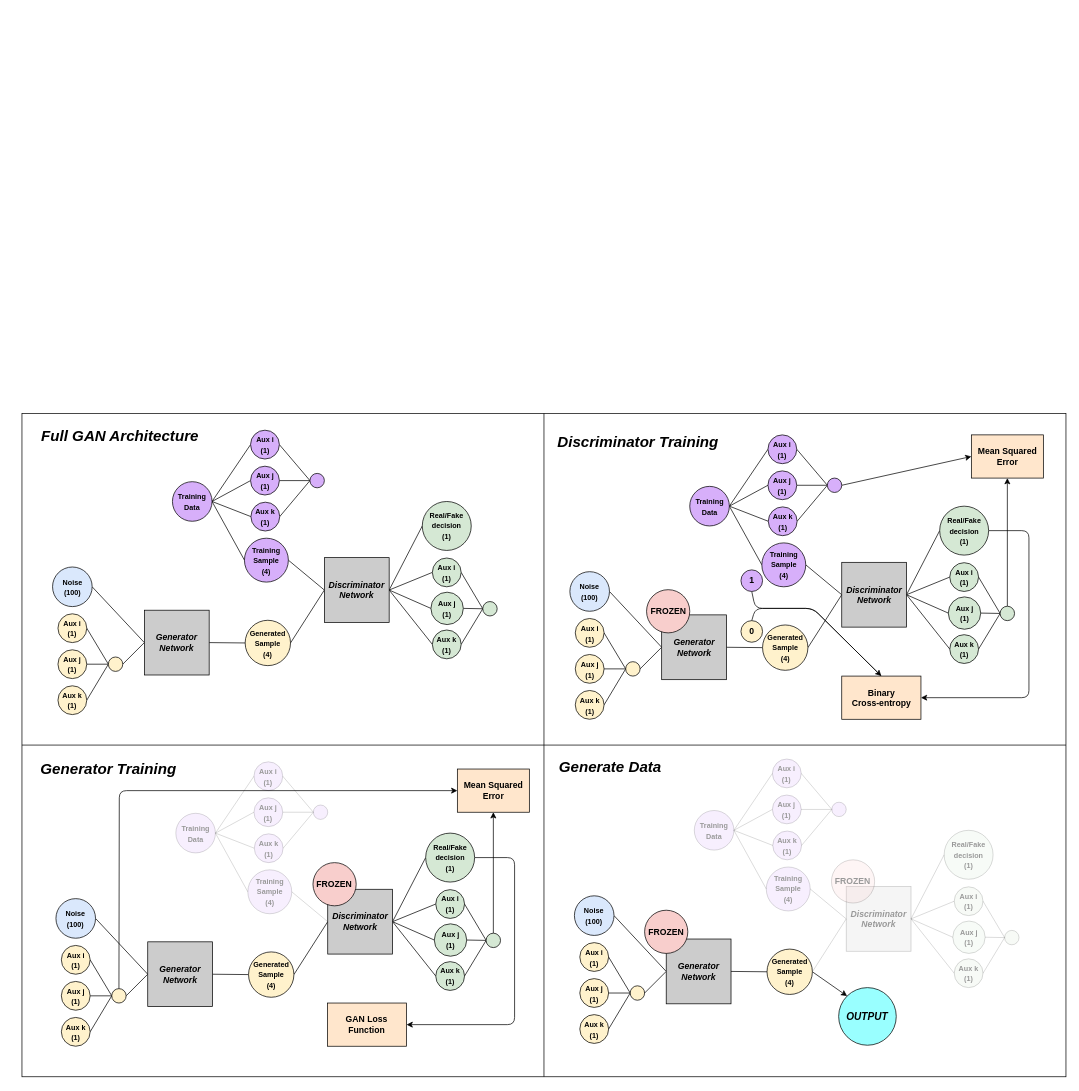
This is Auxiliary_GAN2.drawio from alexmarshallbristol/Generative_Networks, a draw.io file, before an edit. Source tidied: cells renumbered, new cells numbered last; positions are measured from the earlier drawing's top-left corner, leaving out a move shared by most shapes. Both pictures are drawn from the tidied source at 72%, with x=0, y=0 at pixel (22, 413).
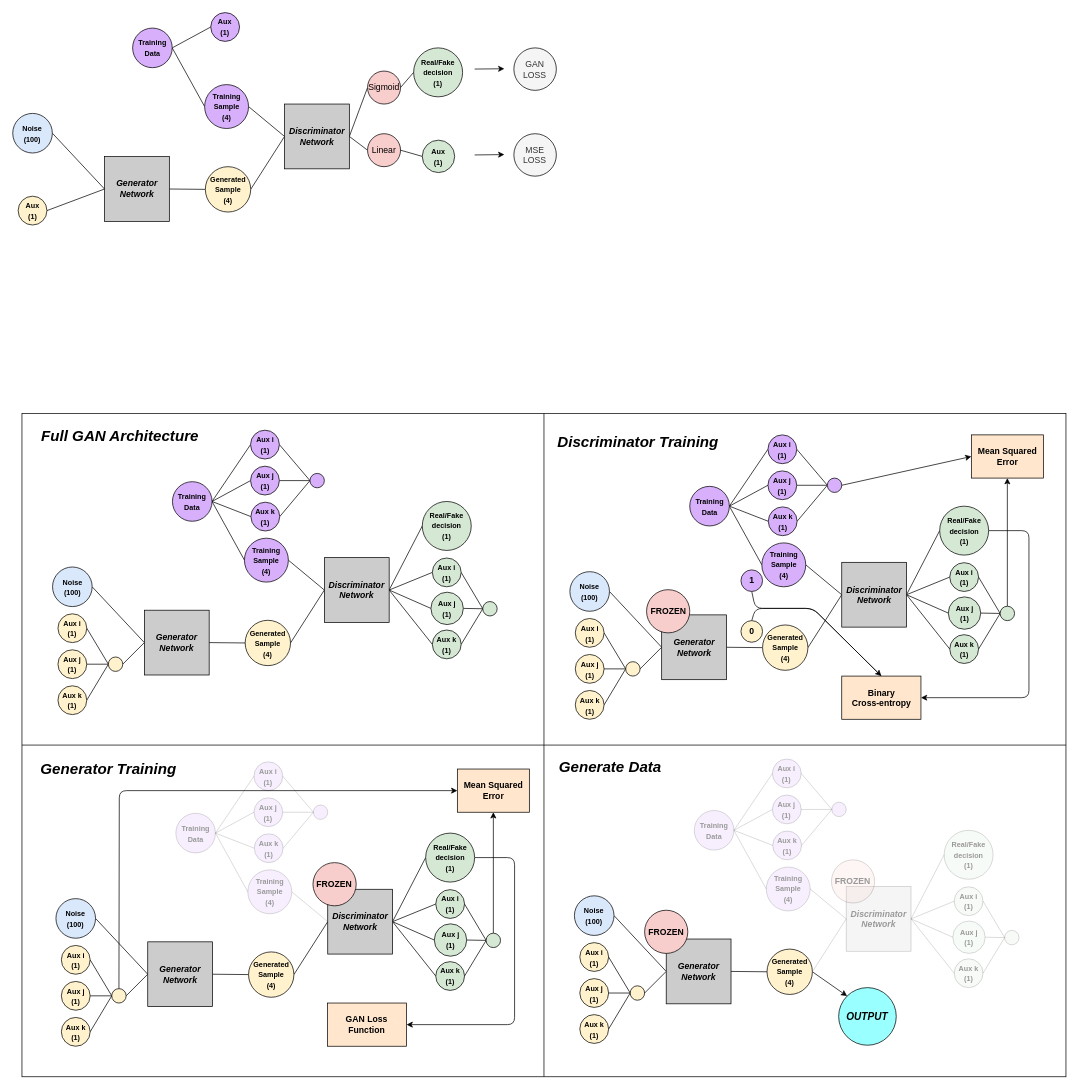
The same page after the edit.

Change to the diagram source:
```diff
@@
+    <mxCell id="193" style="endArrow=none;html=1;entryX=1;entryY=0.5;entryDx=0;entryDy=0;exitX=0;exitY=0.5;exitDx=0;exitDy=0;fontStyle=1;shadow=0;labelBackgroundColor=none;labelBorderColor=none;fontFamily=Helvetica;" parent="1" edge="1" source="202" target="204">
+      <mxGeometry relative="1" as="geometry" />
+    </mxCell>
+    <mxCell id="194" style="endArrow=none;html=1;entryX=0;entryY=0.5;entryDx=0;entryDy=0;exitX=1;exitY=0.5;exitDx=0;exitDy=0;fontStyle=1;shadow=0;labelBackgroundColor=none;labelBorderColor=none;fontFamily=Helvetica;" parent="1" edge="1" source="210" target="202">
+      <mxGeometry relative="1" as="geometry" />
+    </mxCell>
+    <mxCell id="195" style="endArrow=none;html=1;entryX=1;entryY=0.5;entryDx=0;entryDy=0;exitX=0;exitY=0.5;exitDx=0;exitDy=0;fontStyle=1;shadow=0;labelBackgroundColor=none;labelBorderColor=none;fontFamily=Helvetica;" parent="1" edge="1" source="205" target="202">
+      <mxGeometry relative="1" as="geometry" />
+    </mxCell>
+    <mxCell id="196" style="endArrow=none;html=1;entryX=1;entryY=0.5;entryDx=0;entryDy=0;exitX=0;exitY=0.5;exitDx=0;exitDy=0;fontStyle=1;shadow=0;labelBackgroundColor=none;labelBorderColor=none;fontFamily=Helvetica;" parent="1" edge="1" source="203" target="206">
+      <mxGeometry relative="1" as="geometry" />
+    </mxCell>
+    <mxCell id="197" style="endArrow=none;html=1;exitX=0;exitY=0.5;exitDx=0;exitDy=0;entryX=1;entryY=0.5;entryDx=0;entryDy=0;fontStyle=1;shadow=0;labelBackgroundColor=none;labelBorderColor=none;fontFamily=Helvetica;" parent="1" edge="1" source="203" target="205">
+      <mxGeometry relative="1" as="geometry" />
+    </mxCell>
+    <mxCell id="198" style="endArrow=none;html=1;entryX=1;entryY=0.5;entryDx=0;entryDy=0;exitX=0;exitY=0.5;exitDx=0;exitDy=0;fontStyle=1;shadow=0;labelBackgroundColor=none;labelBorderColor=none;fontFamily=Helvetica;" parent="1" edge="1" source="214" target="203">
+      <mxGeometry relative="1" as="geometry" />
+    </mxCell>
+    <mxCell id="199" style="endArrow=none;html=1;exitX=0;exitY=0.5;exitDx=0;exitDy=0;entryX=1;entryY=0.5;entryDx=0;entryDy=0;fontStyle=1;shadow=0;labelBackgroundColor=none;labelBorderColor=none;fontFamily=Helvetica;" parent="1" edge="1" source="212" target="203">
+      <mxGeometry relative="1" as="geometry" />
+    </mxCell>
+    <mxCell id="200" style="endArrow=none;html=1;exitX=1;exitY=0.5;exitDx=0;exitDy=0;entryX=0;entryY=0.5;entryDx=0;entryDy=0;fontStyle=1;shadow=0;labelBackgroundColor=none;labelBorderColor=none;fontFamily=Helvetica;" parent="1" edge="1" source="209" target="206">
+      <mxGeometry relative="1" as="geometry" />
+    </mxCell>
+    <mxCell id="201" style="endArrow=none;html=1;exitX=0;exitY=0.5;exitDx=0;exitDy=0;entryX=1;entryY=0.5;entryDx=0;entryDy=0;fontStyle=1;shadow=0;labelBackgroundColor=none;labelBorderColor=none;fontFamily=Helvetica;" parent="1" edge="1" source="207" target="209">
+      <mxGeometry relative="1" as="geometry" />
+    </mxCell>
+    <mxCell id="202" value="&lt;i&gt;&lt;span&gt;Generator&lt;br&gt;Network&lt;/span&gt;&lt;br&gt;&lt;/i&gt;" style="whiteSpace=wrap;html=1;fillColor=#CCCCCC;strokeColor=#000000;fontStyle=1;shadow=0;labelBackgroundColor=none;labelBorderColor=none;fontFamily=Helvetica;" parent="1" vertex="1">
+      <mxGeometry x="114.7" y="-357" width="90" height="90" as="geometry" />
+    </mxCell>
+    <mxCell id="203" value="&lt;i&gt;&lt;span&gt;Discriminator&lt;br&gt;Network&lt;/span&gt;&lt;br&gt;&lt;/i&gt;" style="whiteSpace=wrap;html=1;fillColor=#CCCCCC;strokeColor=#000000;fontStyle=1;shadow=0;labelBackgroundColor=none;labelBorderColor=none;fontFamily=Helvetica;" parent="1" vertex="1">
+      <mxGeometry x="364.7" y="-430" width="90" height="90" as="geometry" />
+    </mxCell>
+    <mxCell id="204" value="&lt;font style=&quot;font-size: 10px&quot;&gt;Aux&lt;br&gt;(1)&lt;br&gt;&lt;/font&gt;" style="ellipse;whiteSpace=wrap;html=1;fillColor=#fff2cc;strokeColor=#000000;fontStyle=1;shadow=0;labelBackgroundColor=none;labelBorderColor=none;fontFamily=Helvetica;" parent="1" vertex="1">
+      <mxGeometry x="-5.3" y="-302" width="40" height="40" as="geometry" />
+    </mxCell>
+    <mxCell id="205" value="&lt;span style=&quot;font-size: 10px&quot;&gt;Generated Sample&lt;br&gt;(4)&lt;br&gt;&lt;/span&gt;" style="ellipse;whiteSpace=wrap;html=1;fillColor=#fff2cc;strokeColor=#000000;fontStyle=1;shadow=0;labelBackgroundColor=none;labelBorderColor=none;fontFamily=Helvetica;" parent="1" vertex="1">
+      <mxGeometry x="254.7" y="-343" width="63" height="63" as="geometry" />
+    </mxCell>
+    <mxCell id="206" value="&lt;span style=&quot;font-size: 10px&quot;&gt;Training Sample&lt;br&gt;(4)&lt;br&gt;&lt;/span&gt;" style="ellipse;whiteSpace=wrap;html=1;fillColor=#D7AFFA;strokeColor=#000000;fontStyle=1;shadow=0;labelBackgroundColor=none;labelBorderColor=none;fontFamily=Helvetica;" parent="1" vertex="1">
+      <mxGeometry x="253.7" y="-457" width="61" height="61" as="geometry" />
+    </mxCell>
+    <mxCell id="207" value="&lt;font style=&quot;font-size: 10px&quot;&gt;Aux&lt;br&gt;(1)&lt;br&gt;&lt;/font&gt;" style="ellipse;whiteSpace=wrap;html=1;fillColor=#D7AFFA;strokeColor=#000000;fontStyle=1;shadow=0;labelBackgroundColor=none;labelBorderColor=none;fontFamily=Helvetica;" parent="1" vertex="1">
+      <mxGeometry x="262.2" y="-557" width="40" height="40" as="geometry" />
+    </mxCell>
+    <mxCell id="208" value="&lt;font style=&quot;font-size: 10px&quot;&gt;Aux&lt;br&gt;(1)&lt;br&gt;&lt;/font&gt;" style="ellipse;whiteSpace=wrap;html=1;fillColor=#d5e8d4;strokeColor=#000000;fontStyle=1;shadow=0;labelBackgroundColor=none;labelBorderColor=none;fontFamily=Helvetica;" parent="1" vertex="1">
+      <mxGeometry x="556" y="-379.8" width="45" height="45" as="geometry" />
+    </mxCell>
+    <mxCell id="209" value="&lt;span style=&quot;font-size: 10px&quot;&gt;Training Data&lt;br&gt;&lt;/span&gt;" style="ellipse;whiteSpace=wrap;html=1;fillColor=#D7AFFA;strokeColor=#000000;fontStyle=1;shadow=0;labelBackgroundColor=none;labelBorderColor=none;fontFamily=Helvetica;" parent="1" vertex="1">
+      <mxGeometry x="153.7" y="-535.5" width="55" height="55" as="geometry" />
+    </mxCell>
+    <mxCell id="210" value="&lt;span style=&quot;font-size: 10px&quot;&gt;Noise&lt;br&gt;(100)&lt;br&gt;&lt;/span&gt;" style="ellipse;whiteSpace=wrap;html=1;fillColor=#dae8fc;strokeColor=#000000;fontStyle=1;shadow=0;labelBackgroundColor=none;labelBorderColor=none;fontFamily=Helvetica;" parent="1" vertex="1">
+      <mxGeometry x="-12.8" y="-417" width="55" height="55" as="geometry" />
+    </mxCell>
+    <mxCell id="211" value="&lt;font style=&quot;font-size: 10px&quot;&gt;Real/Fake&lt;br&gt;decision&lt;br&gt;(1)&lt;br&gt;&lt;/font&gt;" style="ellipse;whiteSpace=wrap;html=1;fillColor=#d5e8d4;strokeColor=#000000;fontStyle=1;shadow=0;labelBackgroundColor=none;labelBorderColor=none;fontFamily=Helvetica;" parent="1" vertex="1">
+      <mxGeometry x="544" y="-508" width="68" height="68" as="geometry" />
+    </mxCell>
+    <mxCell id="212" value="Linear" style="ellipse;whiteSpace=wrap;html=1;fillColor=#f8cecc;strokeColor=#000000;" parent="1" vertex="1">
+      <mxGeometry x="480" y="-388.8" width="45.8" height="45.8" as="geometry" />
+    </mxCell>
+    <mxCell id="213" style="endArrow=none;html=1;exitX=0;exitY=0.5;exitDx=0;exitDy=0;entryX=1;entryY=0.5;entryDx=0;entryDy=0;fontStyle=1;shadow=0;labelBackgroundColor=none;labelBorderColor=none;fontFamily=Helvetica;" parent="1" edge="1" source="208" target="212">
+      <mxGeometry relative="1" as="geometry" />
+    </mxCell>
+    <mxCell id="214" value="Sigmoid" style="ellipse;whiteSpace=wrap;html=1;fillColor=#f8cecc;strokeColor=#000000;" parent="1" vertex="1">
+      <mxGeometry x="480" y="-475.8" width="45.8" height="45.8" as="geometry" />
+    </mxCell>
+    <mxCell id="215" style="endArrow=none;html=1;entryX=1;entryY=0.5;entryDx=0;entryDy=0;exitX=0;exitY=0.5;exitDx=0;exitDy=0;fontStyle=1;shadow=0;labelBackgroundColor=none;labelBorderColor=none;fontFamily=Helvetica;" parent="1" edge="1" source="211" target="214">
+      <mxGeometry relative="1" as="geometry" />
+    </mxCell>
+    <mxCell id="216" style="endArrow=classic;html=1;" parent="1" edge="1">
+      <mxGeometry relative="1" as="geometry">
+        <mxPoint x="628.7" y="-478.6" as="sourcePoint" />
+        <mxPoint x="670" y="-479" as="targetPoint" />
+      </mxGeometry>
+    </mxCell>
+    <mxCell id="217" value="GAN&lt;br&gt;LOSS" style="ellipse;whiteSpace=wrap;html=1;fillColor=#f5f5f5;strokeColor=#000000;fontColor=#333333;" parent="1" vertex="1">
+      <mxGeometry x="683.2" y="-508" width="59" height="59" as="geometry" />
+    </mxCell>
+    <mxCell id="218" style="endArrow=classic;html=1;" parent="1" edge="1">
+      <mxGeometry relative="1" as="geometry">
+        <mxPoint x="628.7" y="-359.3" as="sourcePoint" />
+        <mxPoint x="670" y="-359.8" as="targetPoint" />
+      </mxGeometry>
+    </mxCell>
+    <mxCell id="219" value="MSE&lt;br&gt;LOSS" style="ellipse;whiteSpace=wrap;html=1;fillColor=#f5f5f5;strokeColor=#000000;fontColor=#333333;" parent="1" vertex="1">
+      <mxGeometry x="683.2" y="-388.8" width="59" height="59" as="geometry" />
+    </mxCell>
```
